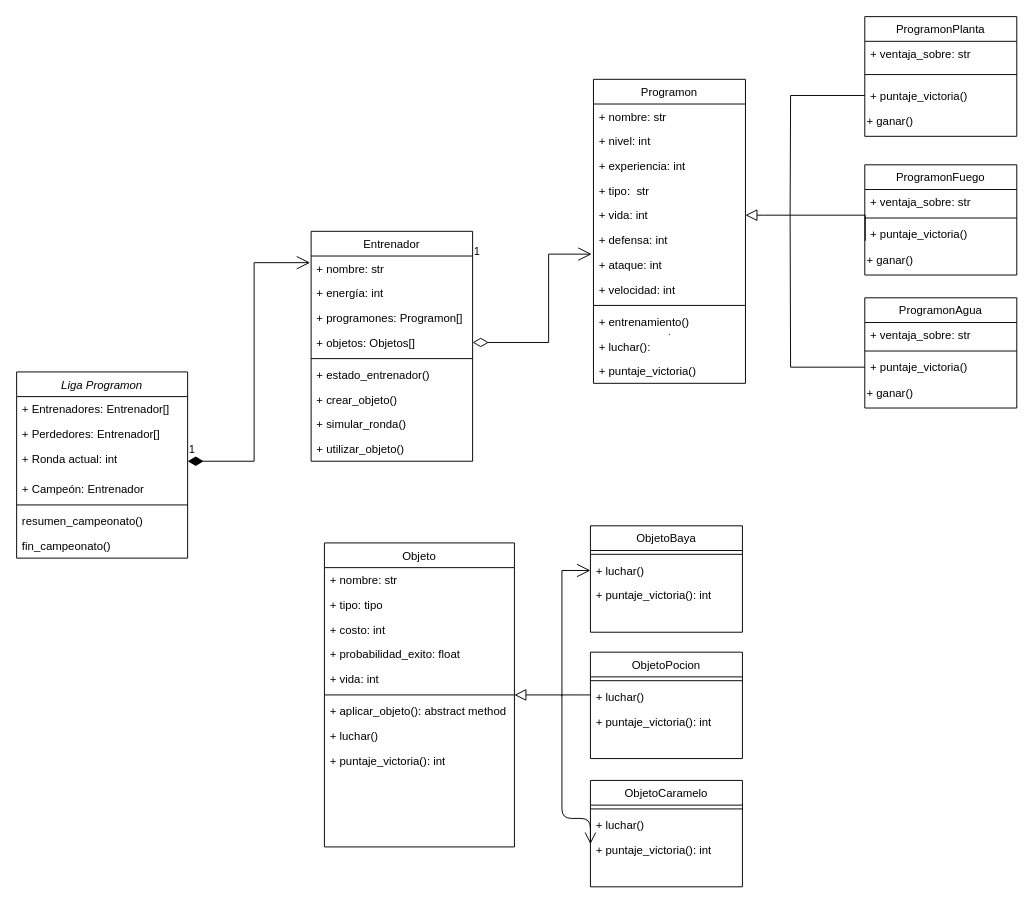
Before: Diagrama sin título.drawio in Bjnazar/Bjnazar, a draw.io diagram. Source tidied: cells renumbered, new cells numbered last; positions are measured from the earlier drawing's top-left corner, leaving out a move shared by most shapes. Both pictures are drawn from the tidied source at 95%, with x=0, y=0 at pixel (16, 16).
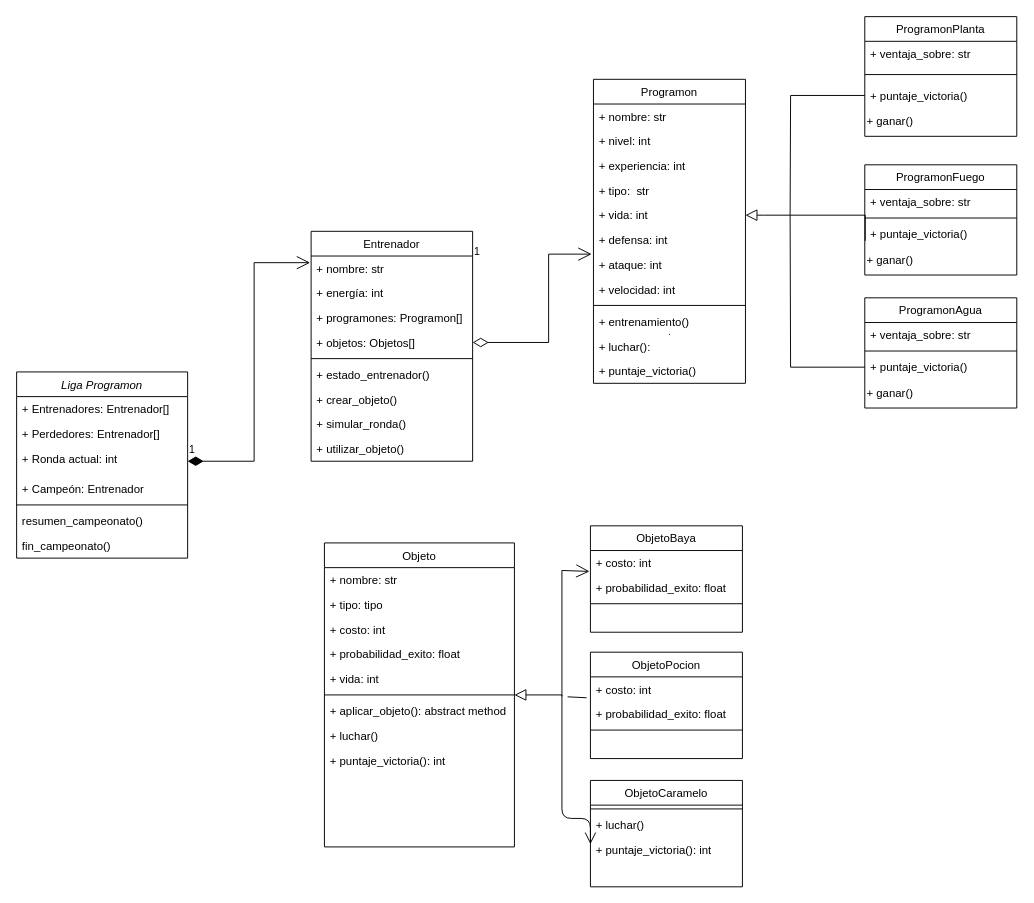
Above is the later version.

Unchanged cells that the change refers to:
```xml
<mxCell id="60" value="ObjetoBaya" style="swimlane;fontStyle=0;align=center;verticalAlign=top;horizontal=1;startSize=26;rounded=0;shadow=0;strokeWidth=1;" parent="1" vertex="1">
  <mxGeometry x="604" y="536" width="160" height="112" as="geometry" />
</mxCell>
<mxCell id="64" value="ObjetoPocion" style="swimlane;fontStyle=0;align=center;verticalAlign=top;horizontal=1;startSize=26;rounded=0;shadow=0;strokeWidth=1;" parent="1" vertex="1">
  <mxGeometry x="604" y="669" width="160" height="112" as="geometry" />
</mxCell>
```

Diff of the diagram source:
```diff
@@
+    <mxCell id="81" value="+ costo: int" style="text;align=left;verticalAlign=top;spacingLeft=4;spacingRight=4;overflow=hidden;points=[[0,0.5],[1,0.5]];portConstraint=eastwest;rounded=0;shadow=0;html=0;" parent="60" vertex="1">
+      <mxGeometry y="26" width="160" height="26" as="geometry" />
+    </mxCell>
+    <mxCell id="82" value="+ probabilidad_exito: float" style="text;align=left;verticalAlign=top;spacingLeft=4;spacingRight=4;overflow=hidden;rounded=0;shadow=0;html=0;" parent="60" vertex="1">
+      <mxGeometry y="52" width="160" height="26" as="geometry" />
+    </mxCell>
     <mxCell id="61" style="line;html=1;strokeWidth=1;align=left;verticalAlign=middle;spacingTop=-1;spacingLeft=3;spacingRight=3;labelPosition=right;" parent="60" vertex="1">
-      <mxGeometry y="26" width="160" height="8" as="geometry" />
+      <mxGeometry y="78" width="160" height="8" as="geometry" />
     </mxCell>
-    <mxCell id="62" value="+ luchar()" style="text;align=left;verticalAlign=top;spacingLeft=4;spacingRight=4;overflow=hidden;points=[[0,0.5],[1,0.5]];portConstraint=eastwest;" parent="60" vertex="1">
-      <mxGeometry y="34" width="160" height="26" as="geometry" />
-    </mxCell>
-    <mxCell id="63" value="+ puntaje_victoria(): int" style="text;align=left;verticalAlign=top;spacingLeft=4;spacingRight=4;overflow=hidden;" parent="60" vertex="1">
-      <mxGeometry y="60" width="160" height="26" as="geometry" />
-    </mxCell>
@@
+    <mxCell id="83" value="+ costo: int" style="text;align=left;verticalAlign=top;spacingLeft=4;spacingRight=4;overflow=hidden;rounded=0;shadow=0;html=0;" parent="64" vertex="1">
+      <mxGeometry y="26" width="160" height="26" as="geometry" />
+    </mxCell>
+    <mxCell id="84" value="+ probabilidad_exito: float" style="text;align=left;verticalAlign=top;spacingLeft=4;spacingRight=4;overflow=hidden;points=[[0,0.5],[1,0.5]];portConstraint=eastwest;rounded=0;shadow=0;html=0;" parent="64" vertex="1">
+      <mxGeometry y="52" width="160" height="26" as="geometry" />
+    </mxCell>
     <mxCell id="65" style="line;html=1;strokeWidth=1;align=left;verticalAlign=middle;spacingTop=-1;spacingLeft=3;spacingRight=3;labelPosition=right;" parent="64" vertex="1">
-      <mxGeometry y="26" width="160" height="8" as="geometry" />
+      <mxGeometry y="78" width="160" height="8" as="geometry" />
     </mxCell>
-    <mxCell id="66" style="endArrow=open;endFill=1;endSize=12;html=1;rounded=0;entryX=0;entryY=0.5;entryDx=0;entryDy=0;" parent="64" edge="1" target="62">
+    <mxCell id="66" style="endArrow=open;endFill=1;endSize=12;html=1;rounded=0;entryX=-0.006;entryY=0.846;entryDx=0;entryDy=0;entryPerimeter=0;" parent="64" edge="1" target="81">
       <mxGeometry relative="1" as="geometry">
         <mxPoint x="-30" y="46.5" as="sourcePoint" />
         <Array as="points">
           <mxPoint x="-30" y="-86" />
         </Array>
       </mxGeometry>
     </mxCell>
-    <mxCell id="67" value="+ luchar()" style="text;align=left;verticalAlign=top;spacingLeft=4;spacingRight=4;overflow=hidden;points=[[0,0.5],[1,0.5]];portConstraint=eastwest;" parent="64" vertex="1">
-      <mxGeometry y="34" width="160" height="26" as="geometry" />
-    </mxCell>
-    <mxCell id="68" value="+ puntaje_victoria(): int" style="text;align=left;verticalAlign=top;spacingLeft=4;spacingRight=4;overflow=hidden;" parent="64" vertex="1">
-      <mxGeometry y="60" width="160" height="26" as="geometry" />
-    </mxCell>
@@
-    <mxCell id="75" style="endArrow=none;endFill=0;endSize=10;html=1;shadow=0;fontFamily=Helvetica;fontSize=11;fontColor=default;align=center;strokeColor=default;strokeWidth=1;edgeStyle=elbowEdgeStyle;elbow=vertical;" parent="1" edge="1" source="67">
+    <mxCell id="75" style="endArrow=none;endFill=0;endSize=10;html=1;shadow=0;fontFamily=Helvetica;fontSize=11;fontColor=default;align=center;strokeColor=default;strokeWidth=1;edgeStyle=elbowEdgeStyle;elbow=vertical;exitX=-0.025;exitY=-0.154;exitDx=0;exitDy=0;exitPerimeter=0;" parent="1" edge="1" source="84">
       <mxGeometry relative="1" as="geometry">
-        <mxPoint x="574" y="714" as="targetPoint" />
+        <mxPoint x="580" y="716" as="targetPoint" />
       </mxGeometry>
     </mxCell>
```
